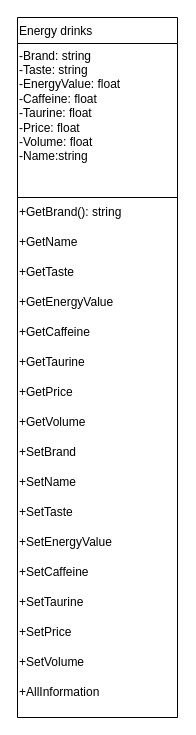
Earlier version of the draw.io diagram Untitled Diagram.drawio (RinaBoni/oop). Source tidied: cells renumbered, new cells numbered last; positions are measured from the earlier drawing's top-left corner, leaving out a move shared by most shapes. Both pictures are drawn from the tidied source at 100%, with x=0, y=0 at pixel (17, 17).
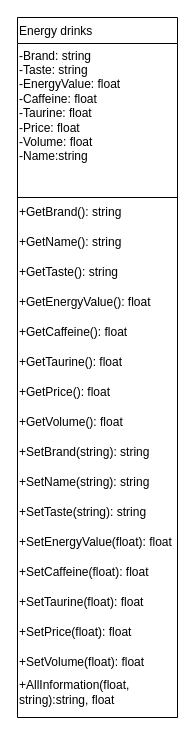
Above is the later version.

Unchanged cells that the change refers to:
```xml
<mxCell id="2" value="Energy drinks" style="swimlane;fontStyle=0;align=left;verticalAlign=top;horizontal=1;startSize=26;rounded=0;shadow=0;strokeWidth=1;" parent="1" vertex="1">
  <mxGeometry width="160" height="700" as="geometry" />
</mxCell>
```

Diff of the diagram source:
```diff
@@
-    <mxCell id="6" value="+GetName" style="text;html=1;strokeColor=none;fillColor=none;align=left;verticalAlign=middle;whiteSpace=wrap;rounded=0;" parent="2" vertex="1">
+    <mxCell id="6" value="+GetName(): string" style="text;html=1;strokeColor=none;fillColor=none;align=left;verticalAlign=middle;whiteSpace=wrap;rounded=0;" parent="2" vertex="1">
       <mxGeometry y="210" width="160" height="30" as="geometry" />
     </mxCell>
-    <mxCell id="7" value="+GetTaste" style="text;html=1;strokeColor=none;fillColor=none;align=left;verticalAlign=middle;whiteSpace=wrap;rounded=0;" parent="2" vertex="1">
+    <mxCell id="7" value="+GetTaste(): string" style="text;html=1;strokeColor=none;fillColor=none;align=left;verticalAlign=middle;whiteSpace=wrap;rounded=0;" parent="2" vertex="1">
       <mxGeometry y="240" width="160" height="30" as="geometry" />
     </mxCell>
-    <mxCell id="8" value="+GetEnergyValue" style="text;html=1;strokeColor=none;fillColor=none;align=left;verticalAlign=middle;whiteSpace=wrap;rounded=0;" parent="2" vertex="1">
+    <mxCell id="8" value="+GetEnergyValue(): float" style="text;html=1;strokeColor=none;fillColor=none;align=left;verticalAlign=middle;whiteSpace=wrap;rounded=0;" parent="2" vertex="1">
       <mxGeometry y="270" width="160" height="30" as="geometry" />
     </mxCell>
-    <mxCell id="9" value="+GetСaffeine" style="text;html=1;strokeColor=none;fillColor=none;align=left;verticalAlign=middle;whiteSpace=wrap;rounded=0;" parent="2" vertex="1">
+    <mxCell id="9" value="+GetСaffeine(): float" style="text;html=1;strokeColor=none;fillColor=none;align=left;verticalAlign=middle;whiteSpace=wrap;rounded=0;" parent="2" vertex="1">
       <mxGeometry y="300" width="160" height="30" as="geometry" />
     </mxCell>
-    <mxCell id="10" value="+GetTaurine" style="text;html=1;strokeColor=none;fillColor=none;align=left;verticalAlign=middle;whiteSpace=wrap;rounded=0;" parent="2" vertex="1">
+    <mxCell id="10" value="+GetTaurine(): float" style="text;html=1;strokeColor=none;fillColor=none;align=left;verticalAlign=middle;whiteSpace=wrap;rounded=0;" parent="2" vertex="1">
       <mxGeometry y="330" width="160" height="30" as="geometry" />
     </mxCell>
-    <mxCell id="11" value="+GetPrice" style="text;html=1;strokeColor=none;fillColor=none;align=left;verticalAlign=middle;whiteSpace=wrap;rounded=0;" parent="2" vertex="1">
+    <mxCell id="11" value="+GetPrice(): float" style="text;html=1;strokeColor=none;fillColor=none;align=left;verticalAlign=middle;whiteSpace=wrap;rounded=0;" parent="2" vertex="1">
       <mxGeometry y="360" width="160" height="30" as="geometry" />
     </mxCell>
-    <mxCell id="12" value="+GetVolume" style="text;html=1;strokeColor=none;fillColor=none;align=left;verticalAlign=middle;whiteSpace=wrap;rounded=0;" parent="2" vertex="1">
+    <mxCell id="12" value="+GetVolume(): float" style="text;html=1;strokeColor=none;fillColor=none;align=left;verticalAlign=middle;whiteSpace=wrap;rounded=0;" parent="2" vertex="1">
       <mxGeometry y="390" width="160" height="30" as="geometry" />
     </mxCell>
-    <mxCell id="13" value="+SetBrand" style="text;html=1;strokeColor=none;fillColor=none;align=left;verticalAlign=middle;whiteSpace=wrap;rounded=0;" parent="2" vertex="1">
+    <mxCell id="13" value="+SetBrand(string): string" style="text;html=1;strokeColor=none;fillColor=none;align=left;verticalAlign=middle;whiteSpace=wrap;rounded=0;" parent="2" vertex="1">
       <mxGeometry y="420" width="160" height="30" as="geometry" />
     </mxCell>
-    <mxCell id="14" value="+SetName" style="text;html=1;strokeColor=none;fillColor=none;align=left;verticalAlign=middle;whiteSpace=wrap;rounded=0;" parent="2" vertex="1">
+    <mxCell id="14" value="+SetName(string): string" style="text;html=1;strokeColor=none;fillColor=none;align=left;verticalAlign=middle;whiteSpace=wrap;rounded=0;" parent="2" vertex="1">
       <mxGeometry y="450" width="160" height="30" as="geometry" />
     </mxCell>
-    <mxCell id="15" value="+SetTaste" style="text;html=1;strokeColor=none;fillColor=none;align=left;verticalAlign=middle;whiteSpace=wrap;rounded=0;" parent="2" vertex="1">
+    <mxCell id="15" value="+SetTaste(string): string" style="text;html=1;strokeColor=none;fillColor=none;align=left;verticalAlign=middle;whiteSpace=wrap;rounded=0;" parent="2" vertex="1">
       <mxGeometry y="480" width="160" height="30" as="geometry" />
     </mxCell>
-    <mxCell id="16" value="+SetEnergyValue" style="text;html=1;strokeColor=none;fillColor=none;align=left;verticalAlign=middle;whiteSpace=wrap;rounded=0;" parent="2" vertex="1">
+    <mxCell id="16" value="+SetEnergyValue(float): float" style="text;html=1;strokeColor=none;fillColor=none;align=left;verticalAlign=middle;whiteSpace=wrap;rounded=0;" parent="2" vertex="1">
       <mxGeometry y="510" width="160" height="30" as="geometry" />
     </mxCell>
-    <mxCell id="17" value="+SetСaffeine" style="text;html=1;strokeColor=none;fillColor=none;align=left;verticalAlign=middle;whiteSpace=wrap;rounded=0;" parent="2" vertex="1">
+    <mxCell id="17" value="+SetСaffeine(float): float" style="text;html=1;strokeColor=none;fillColor=none;align=left;verticalAlign=middle;whiteSpace=wrap;rounded=0;" parent="2" vertex="1">
       <mxGeometry y="540" width="160" height="30" as="geometry" />
     </mxCell>
-    <mxCell id="18" value="+SetTaurine" style="text;html=1;strokeColor=none;fillColor=none;align=left;verticalAlign=middle;whiteSpace=wrap;rounded=0;" parent="2" vertex="1">
+    <mxCell id="18" value="+SetTaurine(float): float" style="text;html=1;strokeColor=none;fillColor=none;align=left;verticalAlign=middle;whiteSpace=wrap;rounded=0;" parent="2" vertex="1">
       <mxGeometry y="570" width="160" height="30" as="geometry" />
     </mxCell>
-    <mxCell id="19" value="+SetPrice" style="text;html=1;strokeColor=none;fillColor=none;align=left;verticalAlign=middle;whiteSpace=wrap;rounded=0;" parent="2" vertex="1">
+    <mxCell id="19" value="+SetPrice(float): float" style="text;html=1;strokeColor=none;fillColor=none;align=left;verticalAlign=middle;whiteSpace=wrap;rounded=0;" parent="2" vertex="1">
       <mxGeometry y="600" width="160" height="30" as="geometry" />
     </mxCell>
-    <mxCell id="20" value="+SetVolume" style="text;html=1;strokeColor=none;fillColor=none;align=left;verticalAlign=middle;whiteSpace=wrap;rounded=0;" parent="2" vertex="1">
+    <mxCell id="20" value="+SetVolume(float): float" style="text;html=1;strokeColor=none;fillColor=none;align=left;verticalAlign=middle;whiteSpace=wrap;rounded=0;" parent="2" vertex="1">
       <mxGeometry y="630" width="160" height="30" as="geometry" />
     </mxCell>
-    <mxCell id="21" value="+AllInformation" style="text;html=1;strokeColor=none;fillColor=none;align=left;verticalAlign=middle;whiteSpace=wrap;rounded=0;" parent="2" vertex="1">
+    <mxCell id="21" value="+AllInformation(float, string):string, float" style="text;html=1;strokeColor=none;fillColor=none;align=left;verticalAlign=middle;whiteSpace=wrap;rounded=0;" parent="2" vertex="1">
       <mxGeometry y="660" width="160" height="30" as="geometry" />
     </mxCell>
```
